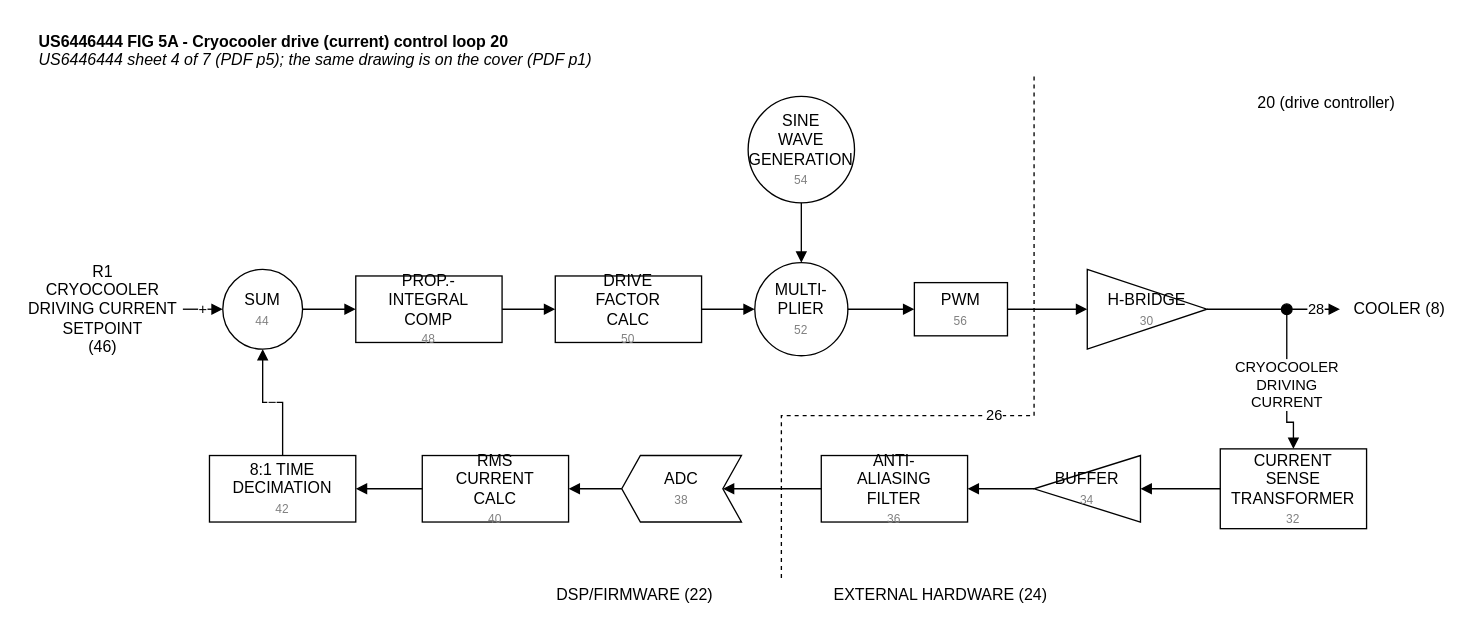
The draw.io diagram docs/oem-controller/US6446444/diagrams/fig5a_drive_current_loop.drawio in jhyland87/Cryocooler-Controller, before the edit. Source tidied: cells renumbered, new cells numbered last; positions are measured from the earlier drawing's top-left corner, leaving out a move shared by most shapes. Both pictures are drawn from the tidied source at 133%, with x=0, y=0 at pixel (23, 23).
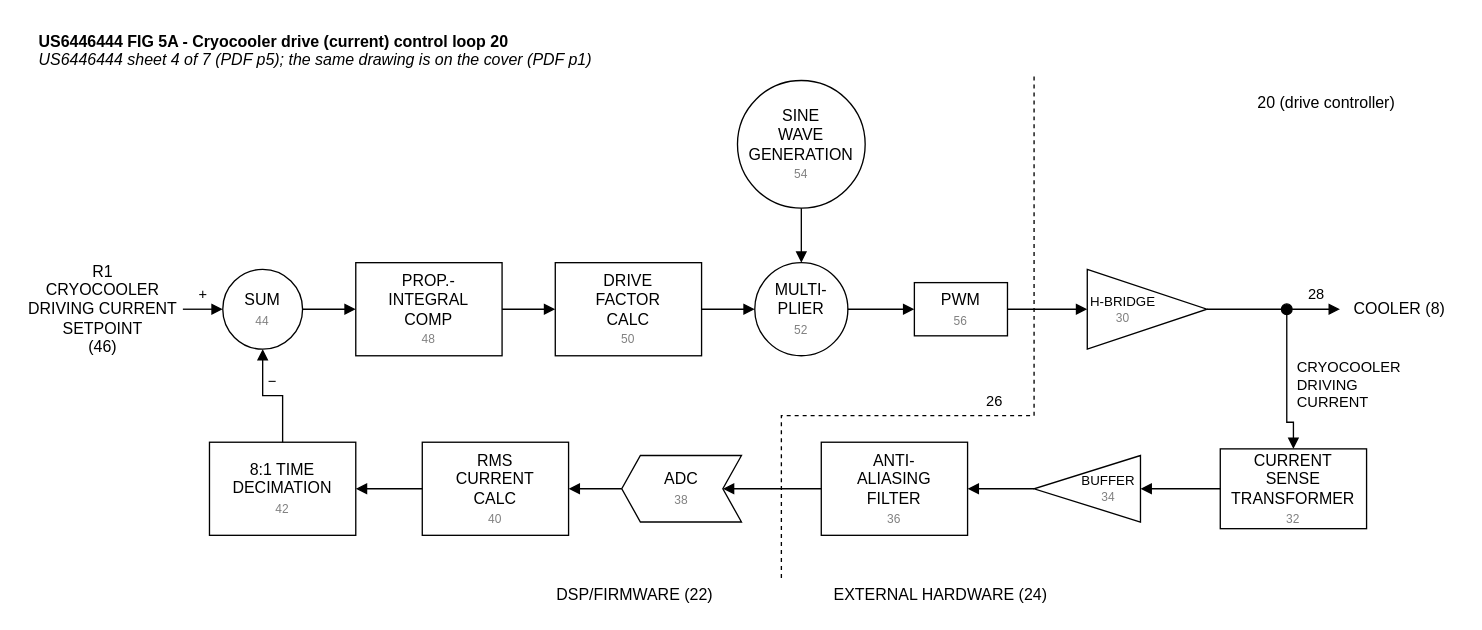
Above is the later version.

The change refers to these unchanged cells:
```xml
<mxCell id="3" value="R1&lt;br&gt;CRYOCOOLER&lt;br&gt;DRIVING CURRENT&lt;br&gt;SETPOINT&lt;br&gt;(46)" style="text;html=1;align=center;verticalAlign=middle;whiteSpace=wrap;strokeColor=none;fillColor=none;" parent="1" vertex="1">
  <mxGeometry y="175" width="120" height="80" as="geometry" />
</mxCell>
<mxCell id="4" value="SUM&lt;br&gt;&lt;font style=&quot;font-size:9px&quot; color=&quot;#808080&quot;&gt;44&lt;/font&gt;" style="ellipse;whiteSpace=wrap;html=1;" parent="1" vertex="1">
  <mxGeometry x="150" y="185" width="60" height="60" as="geometry" />
</mxCell>
<mxCell id="11" style="ellipse;html=1;fillColor=#000000;strokeColor=#000000;" parent="1" vertex="1">
  <mxGeometry x="946" y="211" width="8" height="8" as="geometry" />
</mxCell>
<mxCell id="12" value="COOLER (8)" style="text;html=1;align=center;verticalAlign=middle;whiteSpace=wrap;strokeColor=none;fillColor=none;" parent="1" vertex="1">
  <mxGeometry x="990" y="200" width="90" height="30" as="geometry" />
</mxCell>
<mxCell id="13" value="CURRENT&lt;br&gt;SENSE&lt;br&gt;TRANSFORMER&lt;br&gt;&lt;font style=&quot;font-size:9px&quot; color=&quot;#808080&quot;&gt;32&lt;/font&gt;" style="rounded=0;whiteSpace=wrap;html=1;" parent="1" vertex="1">
  <mxGeometry x="900" y="320" width="110" height="60" as="geometry" />
</mxCell>
```

Change to the diagram source:
```diff
@@
     <mxCell id="5" value="PROP.-&lt;br&gt;INTEGRAL&lt;br&gt;COMP&lt;br&gt;&lt;font style=&quot;font-size:9px&quot; color=&quot;#808080&quot;&gt;48&lt;/font&gt;" style="rounded=0;whiteSpace=wrap;html=1;" parent="1" vertex="1">
-      <mxGeometry x="250" y="190" width="110" height="50" as="geometry" />
+      <mxGeometry x="250" y="180" width="110" height="70" as="geometry" />
     </mxCell>
     <mxCell id="6" value="DRIVE&lt;br&gt;FACTOR&lt;br&gt;CALC&lt;br&gt;&lt;font style=&quot;font-size:9px&quot; color=&quot;#808080&quot;&gt;50&lt;/font&gt;" style="rounded=0;whiteSpace=wrap;html=1;" parent="1" vertex="1">
-      <mxGeometry x="400" y="190" width="110" height="50" as="geometry" />
+      <mxGeometry x="400" y="180" width="110" height="70" as="geometry" />
     </mxCell>
     <mxCell id="7" value="SINE&lt;br&gt;WAVE&lt;br&gt;GENERATION&lt;br&gt;&lt;font style=&quot;font-size:9px&quot; color=&quot;#808080&quot;&gt;54&lt;/font&gt;" style="ellipse;whiteSpace=wrap;html=1;" parent="1" vertex="1">
-      <mxGeometry x="545" y="55" width="80" height="80" as="geometry" />
+      <mxGeometry x="537" y="43" width="96" height="96" as="geometry" />
     </mxCell>
@@
-    <mxCell id="10" value="H-BRIDGE&lt;br&gt;&lt;font style=&quot;font-size:9px&quot; color=&quot;#808080&quot;&gt;30&lt;/font&gt;" style="triangle;whiteSpace=wrap;html=1;" parent="1" vertex="1">
+    <mxCell id="10" value="H-BRIDGE&lt;br&gt;&lt;font style=&quot;font-size:9px&quot; color=&quot;#808080&quot;&gt;30&lt;/font&gt;" style="triangle;whiteSpace=wrap;html=1;fontSize=10;spacingRight=36;" parent="1" vertex="1">
       <mxGeometry x="800" y="185" width="90" height="60" as="geometry" />
     </mxCell>
@@
-    <mxCell id="14" value="BUFFER&lt;br&gt;&lt;font style=&quot;font-size:9px&quot; color=&quot;#808080&quot;&gt;34&lt;/font&gt;" style="triangle;whiteSpace=wrap;html=1;direction=west;" parent="1" vertex="1">
+    <mxCell id="14" value="BUFFER&lt;br&gt;&lt;font style=&quot;font-size:9px&quot; color=&quot;#808080&quot;&gt;34&lt;/font&gt;" style="triangle;whiteSpace=wrap;html=1;direction=west;fontSize=10;spacingLeft=32;" parent="1" vertex="1">
       <mxGeometry x="760" y="325" width="80" height="50" as="geometry" />
     </mxCell>
     <mxCell id="15" value="ANTI-&lt;br&gt;ALIASING&lt;br&gt;FILTER&lt;br&gt;&lt;font style=&quot;font-size:9px&quot; color=&quot;#808080&quot;&gt;36&lt;/font&gt;" style="rounded=0;whiteSpace=wrap;html=1;" parent="1" vertex="1">
-      <mxGeometry x="600" y="325" width="110" height="50" as="geometry" />
+      <mxGeometry x="600" y="315" width="110" height="70" as="geometry" />
     </mxCell>
@@
     <mxCell id="17" value="RMS&lt;br&gt;CURRENT&lt;br&gt;CALC&lt;br&gt;&lt;font style=&quot;font-size:9px&quot; color=&quot;#808080&quot;&gt;40&lt;/font&gt;" style="rounded=0;whiteSpace=wrap;html=1;" parent="1" vertex="1">
-      <mxGeometry x="300" y="325" width="110" height="50" as="geometry" />
+      <mxGeometry x="300" y="315" width="110" height="70" as="geometry" />
     </mxCell>
     <mxCell id="18" value="8:1 TIME&lt;br&gt;DECIMATION&lt;br&gt;&lt;font style=&quot;font-size:9px&quot; color=&quot;#808080&quot;&gt;42&lt;/font&gt;" style="rounded=0;whiteSpace=wrap;html=1;" parent="1" vertex="1">
-      <mxGeometry x="140" y="325" width="110" height="50" as="geometry" />
+      <mxGeometry x="140" y="315" width="110" height="70" as="geometry" />
     </mxCell>
-    <mxCell id="19" value="+" style="edgeStyle=orthogonalEdgeStyle;rounded=0;html=1;endArrow=block;endFill=1;" parent="1" edge="1" source="3" target="4">
+    <mxCell id="19" value="+" style="edgeStyle=orthogonalEdgeStyle;rounded=0;html=1;endArrow=block;endFill=1;verticalAlign=bottom;labelBackgroundColor=none;spacingBottom=2;" parent="1" edge="1" source="3" target="4">
       <mxGeometry relative="1" as="geometry" />
     </mxCell>
@@
-    <mxCell id="27" value="28" style="edgeStyle=orthogonalEdgeStyle;rounded=0;html=1;endArrow=block;endFill=1;" parent="1" edge="1" source="11" target="12">
+    <mxCell id="27" value="28" style="edgeStyle=orthogonalEdgeStyle;rounded=0;html=1;endArrow=block;endFill=1;verticalAlign=bottom;labelBackgroundColor=none;spacingBottom=2;" parent="1" edge="1" source="11" target="12">
       <mxGeometry relative="1" as="geometry" />
     </mxCell>
-    <mxCell id="28" value="CRYOCOOLER&lt;br&gt;DRIVING&lt;br&gt;CURRENT" style="edgeStyle=orthogonalEdgeStyle;rounded=0;html=1;endArrow=block;endFill=1;" parent="1" edge="1" source="11" target="13">
+    <mxCell id="28" value="CRYOCOOLER&lt;br&gt;DRIVING&lt;br&gt;CURRENT" style="edgeStyle=orthogonalEdgeStyle;rounded=0;html=1;endArrow=block;endFill=1;align=left;verticalAlign=middle;labelBackgroundColor=none;spacingLeft=6;" parent="1" edge="1" source="11" target="13">
       <mxGeometry relative="1" as="geometry">
         <Array as="points">
           <mxPoint x="950" y="300" />
         </Array>
       </mxGeometry>
     </mxCell>
@@
-    <mxCell id="34" value="−" style="edgeStyle=orthogonalEdgeStyle;rounded=0;html=1;endArrow=block;endFill=1;entryX=0.5;entryY=1;entryDx=0;entryDy=0;" parent="1" edge="1" source="18" target="4">
+    <mxCell id="34" value="−" style="edgeStyle=orthogonalEdgeStyle;rounded=0;html=1;endArrow=block;endFill=1;entryX=0.5;entryY=1;entryDx=0;entryDy=0;verticalAlign=bottom;labelBackgroundColor=none;spacingBottom=2;" parent="1" edge="1" source="18" target="4">
       <mxGeometry relative="1" as="geometry" />
     </mxCell>
-    <mxCell id="35" value="26" style="endArrow=none;html=1;rounded=0;dashed=1;" parent="1" edge="1">
+    <mxCell id="35" value="26" style="endArrow=none;html=1;rounded=0;dashed=1;verticalAlign=bottom;labelBackgroundColor=none;spacingBottom=2;" parent="1" edge="1">
       <mxGeometry relative="1" as="geometry">
         <mxPoint x="760" y="40" as="sourcePoint" />
         <mxPoint x="570" y="420" as="targetPoint" />
         <Array as="points">
           <mxPoint x="760" y="295" />
           <mxPoint x="570" y="295" />
         </Array>
       </mxGeometry>
     </mxCell>
```
